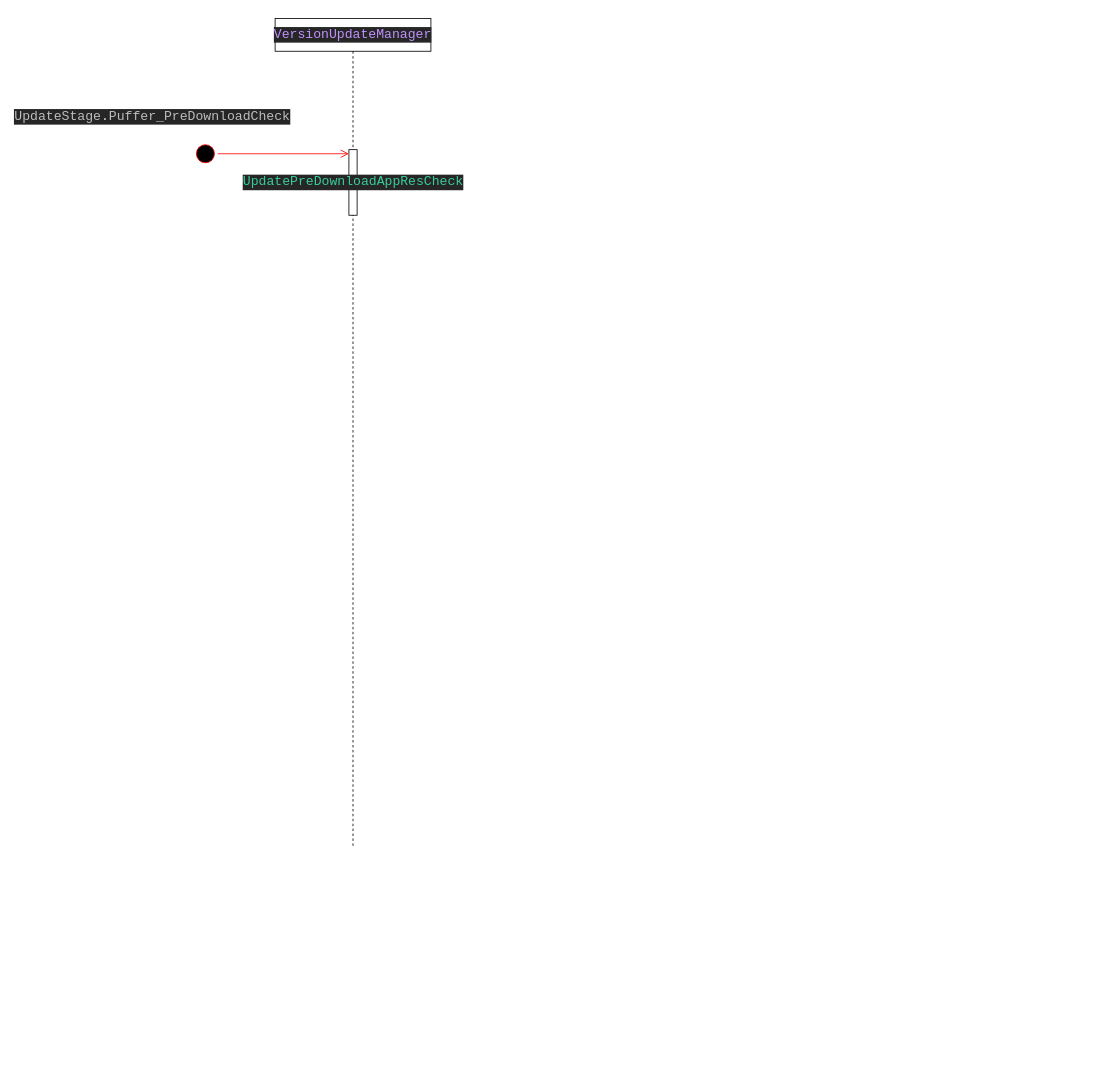
This is page "puffer阻塞更新Update时序图" (2 of 2) of 游戏阻塞更新与预下载.drawio from ling-shixi/meta, a draw.io file, before an edit. Source tidied: cells renumbered, new cells numbered last; positions are measured from the earlier drawing's top-left corner, leaving out a move shared by most shapes. Both pictures are drawn from the tidied source at 82%, with x=0, y=0 at pixel (29, 18).
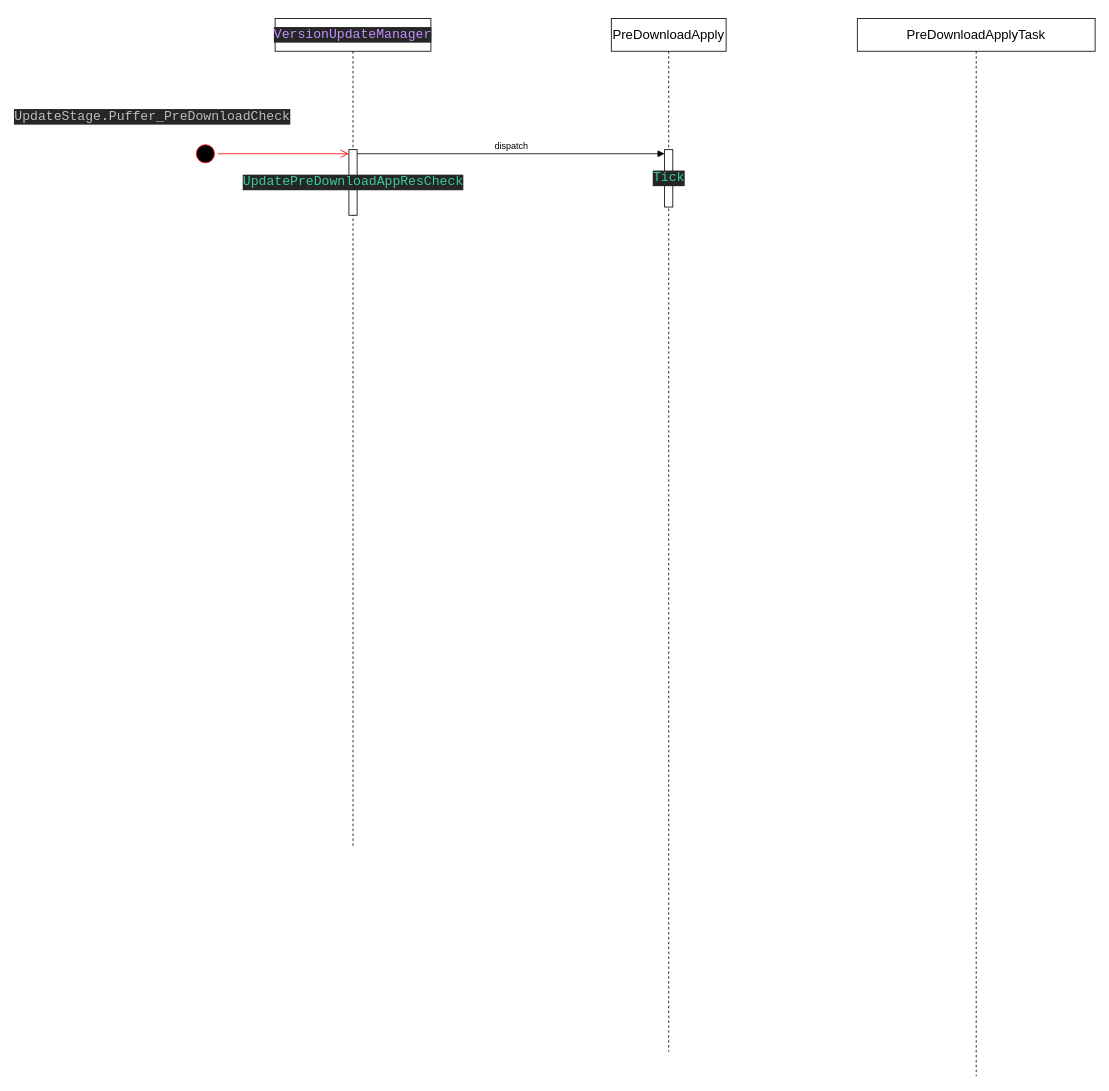
Above is the later version.

What changed in the source:
```diff
@@
 <mxGraphModel>
   <root>
     <mxCell id="0" />
     <mxCell id="1" parent="0" />
     <mxCell id="2" value="&lt;div style=&quot;background-color:#262626;color:#d0d0d0&quot;&gt;&lt;pre style=&quot;font-family:'JetBrains Mono',monospace;font-size:12.0pt;&quot;&gt;&lt;span style=&quot;color:#c191ff;&quot;&gt;VersionUpdateManager&lt;/span&gt;&lt;/pre&gt;&lt;/div&gt;" style="shape=umlLifeline;perimeter=lifelinePerimeter;whiteSpace=wrap;html=1;newEdgeStyle={&quot;curved&quot;:0,&quot;rounded&quot;:0};" parent="1" vertex="1">
       <mxGeometry x="300" width="190" height="1010" as="geometry" />
     </mxCell>
     <mxCell id="3" value="&lt;div style=&quot;background-color:#262626;color:#d0d0d0&quot;&gt;&lt;pre style=&quot;font-family:'JetBrains Mono',monospace;font-size:12.0pt;&quot;&gt;&lt;span style=&quot;color:#39cc9b;&quot;&gt;UpdatePreDownloadAppResCheck&lt;/span&gt;&lt;/pre&gt;&lt;/div&gt;" style="html=1;points=[[0,0,0,0,5],[0,1,0,0,-5],[1,0,0,0,5],[1,1,0,0,-5]];perimeter=orthogonalPerimeter;outlineConnect=0;targetShapes=umlLifeline;portConstraint=eastwest;newEdgeStyle={&quot;curved&quot;:0,&quot;rounded&quot;:0};" parent="2" vertex="1">
       <mxGeometry x="90" y="160" width="10" height="80" as="geometry" />
     </mxCell>
     <mxCell id="4" style="ellipse;html=1;shape=startState;fillColor=#000000;strokeColor=#ff0000;" parent="1" vertex="1">
       <mxGeometry x="200" y="150" width="30" height="30" as="geometry" />
     </mxCell>
     <mxCell id="5" style="edgeStyle=orthogonalEdgeStyle;html=1;verticalAlign=bottom;endArrow=open;endSize=8;strokeColor=#ff0000;rounded=0;entryX=0;entryY=0;entryDx=0;entryDy=5;entryPerimeter=0;" parent="1" edge="1" source="4" target="3">
       <mxGeometry relative="1" as="geometry" />
     </mxCell>
     <mxCell id="6" value="&lt;div style=&quot;background-color:#262626;color:#d0d0d0&quot;&gt;&lt;pre style=&quot;font-family:'JetBrains Mono',monospace;font-size:12.0pt;&quot;&gt;&lt;span style=&quot;color:#bdbdbd;&quot;&gt;UpdateStage&lt;/span&gt;.&lt;span style=&quot;color:#bdbdbd;&quot;&gt;Puffer_PreDownloadCheck&lt;/span&gt;&lt;/pre&gt;&lt;/div&gt;" style="text;html=1;align=center;verticalAlign=middle;strokeColor=none;fillColor=none;" parent="1" vertex="1">
       <mxGeometry y="90" width="300" height="60" as="geometry" />
     </mxCell>
+    <mxCell id="7" value="&lt;div style=&quot;font-size: 12pt;&quot;&gt;&lt;span style=&quot;&quot;&gt;PreDownloadApply&lt;/span&gt;&lt;/div&gt;" style="shape=umlLifeline;perimeter=lifelinePerimeter;whiteSpace=wrap;html=1;newEdgeStyle={&quot;curved&quot;:0,&quot;rounded&quot;:0};fontFamily=Helvetica;fontColor=default;labelBackgroundColor=none;" parent="1" vertex="1">
+      <mxGeometry x="710" width="140" height="1260" as="geometry" />
+    </mxCell>
+    <mxCell id="8" value="&lt;div style=&quot;background-color:#262626;color:#d0d0d0&quot;&gt;&lt;pre style=&quot;font-family:'JetBrains Mono',monospace;font-size:12.0pt;&quot;&gt;&lt;span style=&quot;color:#39cc9b;&quot;&gt;Tick&lt;/span&gt;&lt;/pre&gt;&lt;/div&gt;" style="html=1;points=[[0,0,0,0,5],[0,1,0,0,-5],[1,0,0,0,5],[1,1,0,0,-5]];perimeter=orthogonalPerimeter;outlineConnect=0;targetShapes=umlLifeline;portConstraint=eastwest;newEdgeStyle={&quot;curved&quot;:0,&quot;rounded&quot;:0};" parent="7" vertex="1">
+      <mxGeometry x="65" y="160" width="10" height="70" as="geometry" />
+    </mxCell>
+    <mxCell id="9" value="dispatch" style="html=1;verticalAlign=bottom;endArrow=block;curved=0;rounded=0;entryX=0;entryY=0;entryDx=0;entryDy=5;" parent="1" edge="1" source="3" target="8">
+      <mxGeometry relative="1" as="geometry" />
+    </mxCell>
+    <mxCell id="10" value="&lt;div style=&quot;font-size: 12pt;&quot;&gt;&lt;span style=&quot;&quot;&gt;PreDownloadApplyTask&lt;/span&gt;&lt;/div&gt;" style="shape=umlLifeline;perimeter=lifelinePerimeter;whiteSpace=wrap;html=1;newEdgeStyle={&quot;curved&quot;:0,&quot;rounded&quot;:0};fontFamily=Helvetica;fontColor=default;labelBackgroundColor=none;" parent="1" vertex="1">
+      <mxGeometry x="1010" width="290" height="1290" as="geometry" />
+    </mxCell>
   </root>
 </mxGraphModel>
```
